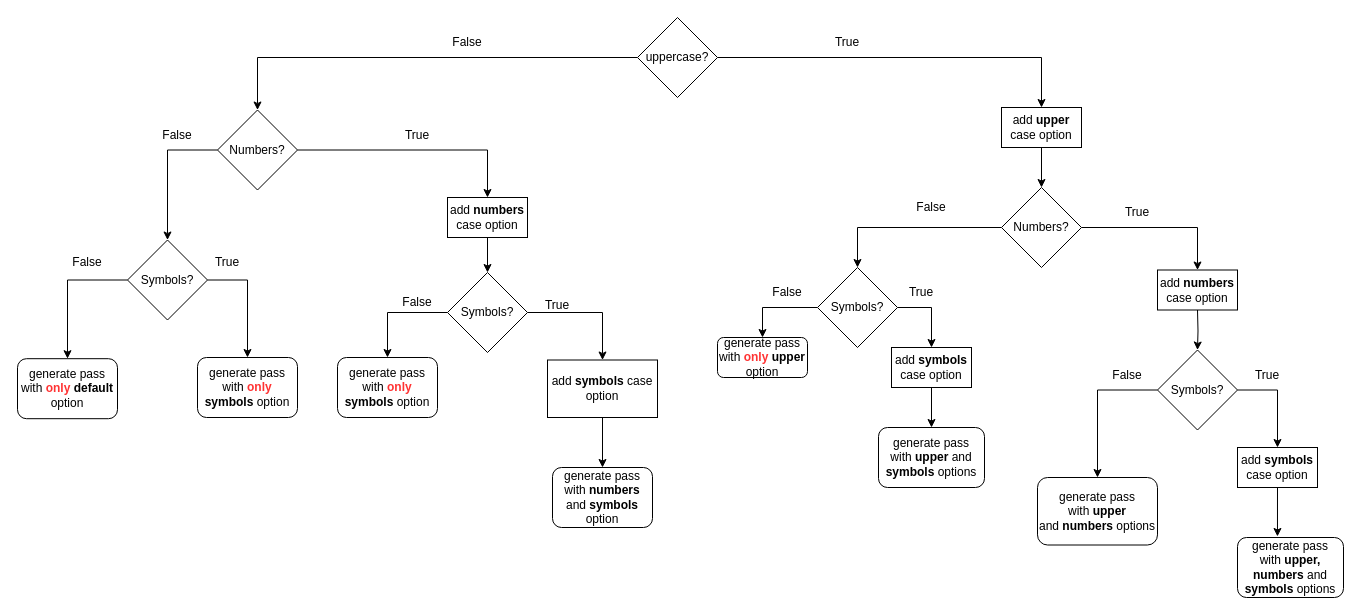
Above: page "Page-2" (2 of 2) of Password Generator.drawio in AndzejK/passGenerator (draw.io), before the change. Source tidied: cells renumbered, new cells numbered last; positions are measured from the earlier drawing's top-left corner, leaving out a move shared by most shapes. Both pictures are drawn from the tidied source at 100%, with x=0, y=0 at pixel (17, 17).
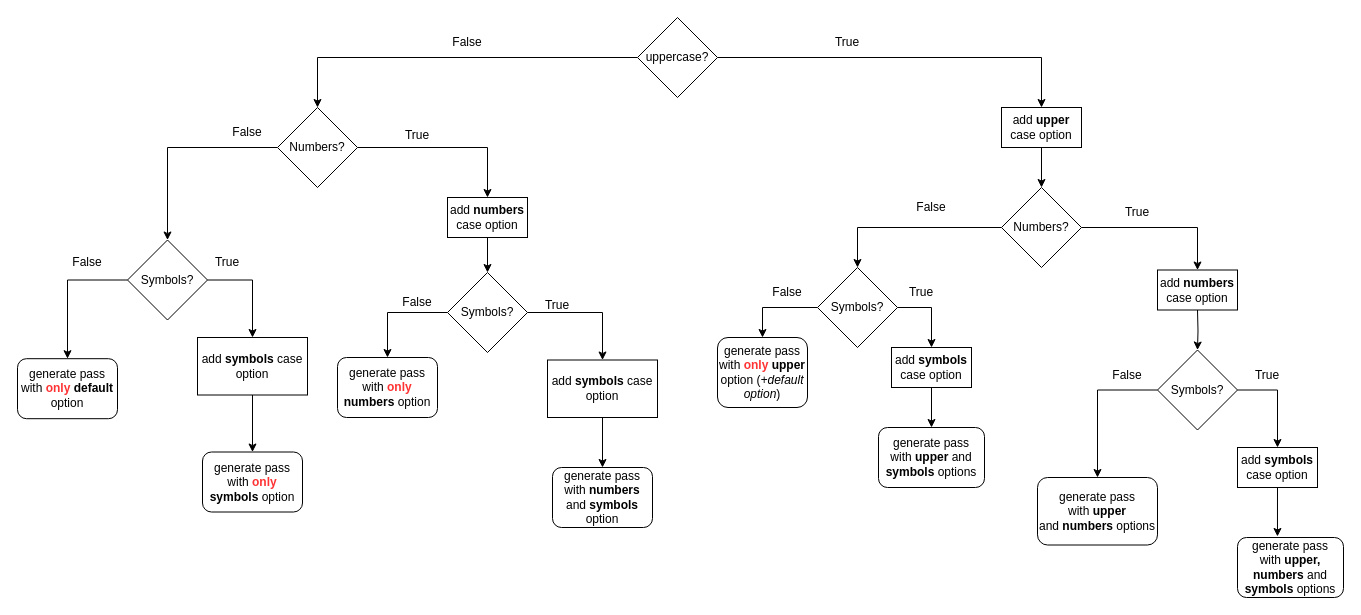
The same diagram, later.

Unchanged cells that the change refers to:
```xml
<mxCell id="27" value="Symbols?" style="rhombus;whiteSpace=wrap;html=1;" parent="1" vertex="1">
  <mxGeometry x="110" y="222.5" width="80" height="80" as="geometry" />
</mxCell>
```

The edit, as a diff of the source:
```diff
@@
     <mxCell id="10" value="Numbers?" style="rhombus;whiteSpace=wrap;html=1;" parent="1" vertex="1">
-      <mxGeometry x="200" y="92.5" width="80" height="80" as="geometry" />
+      <mxGeometry x="260" y="90" width="80" height="80" as="geometry" />
     </mxCell>
@@
     <mxCell id="19" value="False" style="text;html=1;align=center;verticalAlign=middle;whiteSpace=wrap;rounded=0;" parent="1" vertex="1">
-      <mxGeometry x="130" y="102.5" width="60" height="30" as="geometry" />
+      <mxGeometry x="200" y="100" width="60" height="30" as="geometry" />
     </mxCell>
@@
-    <mxCell id="25" style="edgeStyle=orthogonalEdgeStyle;rounded=0;jettySize=auto;html=1;exitX=1;exitY=0.5;exitDx=0;exitDy=0;entryX=0.5;entryY=0;entryDx=0;entryDy=0;" parent="1" edge="1" source="27" target="53">
+    <mxCell id="25" style="edgeStyle=orthogonalEdgeStyle;rounded=0;jettySize=auto;html=1;exitX=0.5;exitY=1;exitDx=0;exitDy=0;entryX=0.5;entryY=0;entryDx=0;entryDy=0;" parent="1" edge="1" source="58" target="53">
       <mxGeometry relative="1" as="geometry" />
     </mxCell>
@@
-    <mxCell id="37" value="generate pass with &lt;b&gt;&lt;font color=&quot;#ff3333&quot;&gt;only&lt;/font&gt;&lt;/b&gt; &lt;b&gt;upper&lt;/b&gt; option" style="rounded=1;whiteSpace=wrap;html=1;" parent="1" vertex="1">
-      <mxGeometry x="700" y="320" width="90" height="40" as="geometry" />
+    <mxCell id="37" value="generate pass with &lt;b&gt;&lt;font color=&quot;#ff3333&quot;&gt;only&lt;/font&gt;&lt;/b&gt; &lt;b&gt;upper&lt;/b&gt; option (&lt;i&gt;+default option&lt;/i&gt;)" style="rounded=1;whiteSpace=wrap;html=1;" parent="1" vertex="1">
+      <mxGeometry x="700" y="320" width="90" height="70" as="geometry" />
     </mxCell>
@@
-    <mxCell id="50" value="generate pass with &lt;b&gt;&lt;font color=&quot;#ff3333&quot;&gt;only&lt;/font&gt;&lt;/b&gt; &lt;b&gt;symbols&lt;/b&gt; option" style="rounded=1;whiteSpace=wrap;html=1;" parent="1" vertex="1">
+    <mxCell id="50" value="generate pass with &lt;b&gt;&lt;font color=&quot;#ff3333&quot;&gt;only&lt;/font&gt;&lt;/b&gt; &lt;b&gt;numbers&lt;/b&gt; option" style="rounded=1;whiteSpace=wrap;html=1;" parent="1" vertex="1">
       <mxGeometry x="320" y="340" width="100" height="60" as="geometry" />
     </mxCell>
@@
     <mxCell id="53" value="generate pass with &lt;b&gt;&lt;font color=&quot;#ff3333&quot;&gt;only&lt;/font&gt;&lt;/b&gt; &lt;b&gt;symbols&lt;/b&gt; option" style="rounded=1;whiteSpace=wrap;html=1;" parent="1" vertex="1">
-      <mxGeometry x="180" y="340" width="100" height="60" as="geometry" />
+      <mxGeometry x="185" y="434.5" width="100" height="60" as="geometry" />
     </mxCell>
@@
+    <mxCell id="57" style="edgeStyle=orthogonalEdgeStyle;rounded=0;jettySize=auto;html=1;exitX=1;exitY=0.5;exitDx=0;exitDy=0;entryX=0.5;entryY=0;entryDx=0;entryDy=0;" parent="1" edge="1" source="27" target="58">
+      <mxGeometry relative="1" as="geometry" />
+    </mxCell>
+    <mxCell id="58" value="add&amp;nbsp;&lt;b&gt;symbols&lt;/b&gt;&amp;nbsp;case option" style="rounded=0;whiteSpace=wrap;html=1;" parent="1" vertex="1">
+      <mxGeometry x="180" y="320" width="110" height="57.5" as="geometry" />
+    </mxCell>
```
